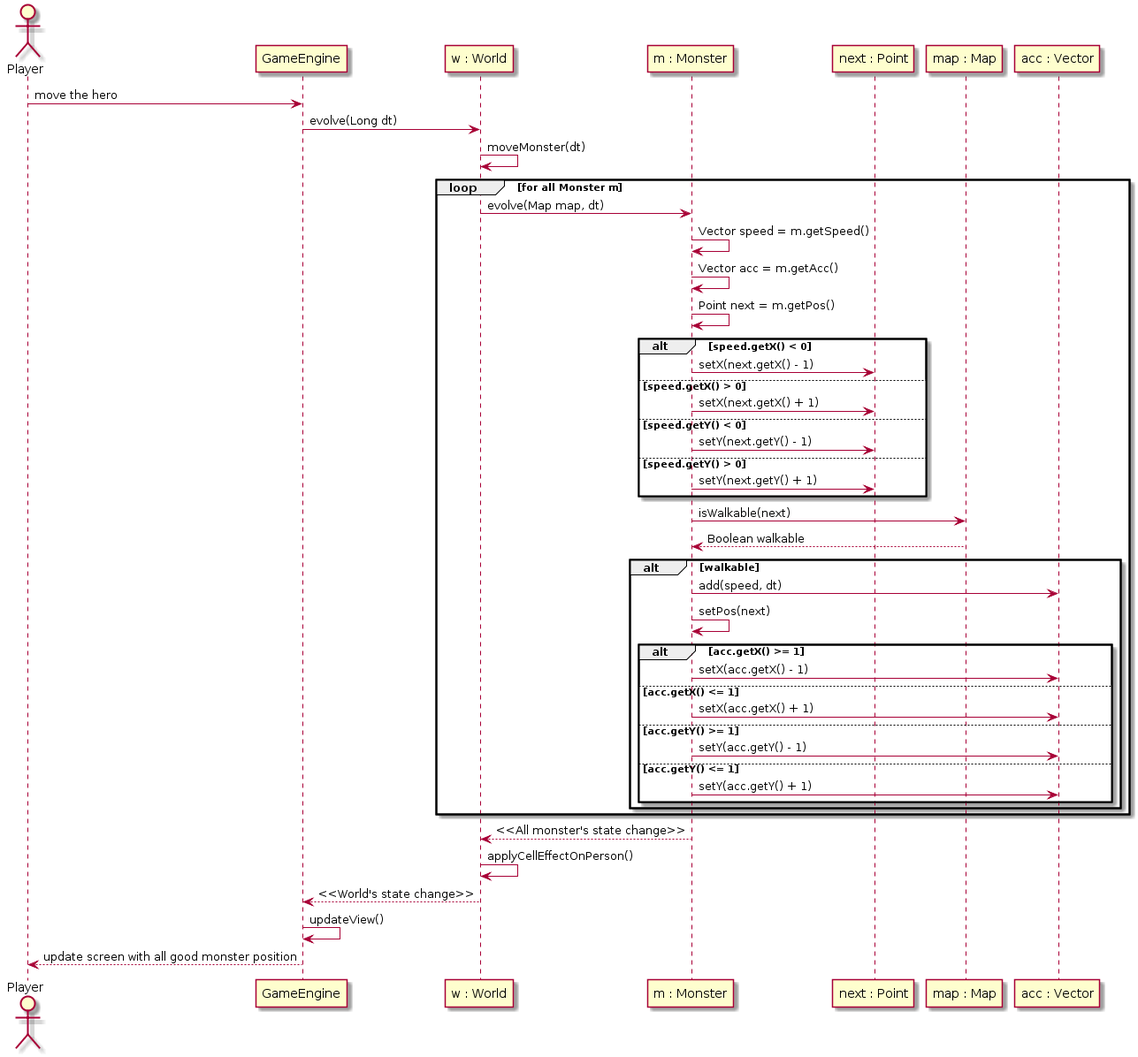
AnnYoS/ACL_2019_TLP keeps this PlantUML diagram as preparation/sprint 3/monstermove.png. Above is the earlier version. Its diagram source:
```plantuml
@startuml
actor Player

Player -> "GameEngine" : move the hero
"GameEngine" -> "w : World" : evolve(Long dt)
"w : World" -> "w : World" : moveMonster(dt)
loop for all Monster m
    "w : World" -> "m : Monster" : evolve(Map map, dt)
    "m : Monster" -> "m : Monster" : Vector speed = m.getSpeed()
    "m : Monster" -> "m : Monster" : Vector acc = m.getAcc()
    "m : Monster" -> "m : Monster" : Point next = m.getPos()
    alt speed.getX() < 0
        "m : Monster" -> "next : Point" : setX(next.getX() - 1)
    else speed.getX() > 0
        "m : Monster" -> "next : Point" : setX(next.getX() + 1)
    else speed.getY() < 0
        "m : Monster" -> "next : Point" : setY(next.getY() - 1)
    else speed.getY() > 0
        "m : Monster" -> "next : Point" : setY(next.getY() + 1)
    end
    "m : Monster" ->"map : Map" : isWalkable(next)
    "map : Map" --> "m : Monster" : Boolean walkable

    alt walkable
        "m : Monster" -> "acc : Vector" : add(speed, dt)
        "m : Monster" -> "m : Monster" : setPos(next)
        alt acc.getX() >= 1
            "m : Monster" -> "acc : Vector" : setX(acc.getX() - 1)
        else acc.getX() <= 1
            "m : Monster" -> "acc : Vector" : setX(acc.getX() + 1)
        else acc.getY() >= 1
            "m : Monster" -> "acc : Vector" : setY(acc.getY() - 1)
        else acc.getY() <= 1
            "m : Monster" -> "acc : Vector" : setY(acc.getY() + 1)
        end
    end
end
"m : Monster" --> "w : World" : <<All monster's state change>>
"w : World" -> "w : World" : applyCellEffectOnPerson()

"w : World" --> "GameEngine" : <<World's state change>>
"GameEngine" -> "GameEngine" : updateView()
"GameEngine" --> Player : update screen with all good monster position
@enduml
```
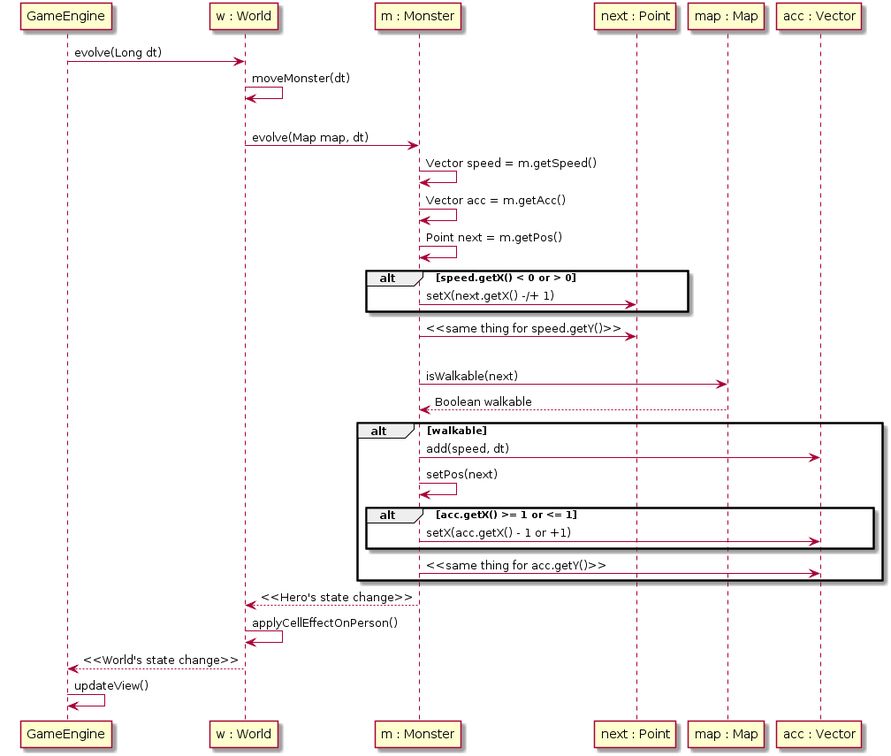
Later version of the same file.

Commit message:
modif des diags de sequences

What changed in the source:
```diff
@@ -1,44 +1,31 @@
 @startuml
-actor Player
-
-Player -> "GameEngine" : move the hero
 "GameEngine" -> "w : World" : evolve(Long dt)
 "w : World" -> "w : World" : moveMonster(dt)
+
 loop for all Monster m
-    "w : World" -> "m : Monster" : evolve(Map map, dt)
-    "m : Monster" -> "m : Monster" : Vector speed = m.getSpeed()
-    "m : Monster" -> "m : Monster" : Vector acc = m.getAcc()
-    "m : Monster" -> "m : Monster" : Point next = m.getPos()
-    alt speed.getX() < 0
-        "m : Monster" -> "next : Point" : setX(next.getX() - 1)
-    else speed.getX() > 0
-        "m : Monster" -> "next : Point" : setX(next.getX() + 1)
-    else speed.getY() < 0
-        "m : Monster" -> "next : Point" : setY(next.getY() - 1)
-    else speed.getY() > 0
-        "m : Monster" -> "next : Point" : setY(next.getY() + 1)
+"w : World" -> "m : Monster" : evolve(Map map, dt)
+"m : Monster" -> "m : Monster" : Vector speed = m.getSpeed()
+"m : Monster" -> "m : Monster" : Vector acc = m.getAcc()
+"m : Monster" -> "m : Monster" : Point next = m.getPos()
+alt speed.getX() < 0 or > 0
+    "m : Monster" -> "next : Point" : setX(next.getX() -/+ 1)
+end
+"m : Monster" -> "next : Point" : <<same thing for speed.getY()>>
+|||
+"m : Monster" ->"map : Map" : isWalkable(next)
+"map : Map" --> "m : Monster" : Boolean walkable
+
+alt walkable
+    "m : Monster" -> "acc : Vector" : add(speed, dt)
+    "m : Monster" -> "m : Monster" : setPos(next)
+    alt acc.getX() >= 1 or <= 1
+        "m : Monster" -> "acc : Vector" : setX(acc.getX() - 1 or +1)
     end
-    "m : Monster" ->"map : Map" : isWalkable(next)
-    "map : Map" --> "m : Monster" : Boolean walkable
-
-    alt walkable
-        "m : Monster" -> "acc : Vector" : add(speed, dt)
-        "m : Monster" -> "m : Monster" : setPos(next)
-        alt acc.getX() >= 1
-            "m : Monster" -> "acc : Vector" : setX(acc.getX() - 1)
-        else acc.getX() <= 1
-            "m : Monster" -> "acc : Vector" : setX(acc.getX() + 1)
-        else acc.getY() >= 1
-            "m : Monster" -> "acc : Vector" : setY(acc.getY() - 1)
-        else acc.getY() <= 1
-            "m : Monster" -> "acc : Vector" : setY(acc.getY() + 1)
-        end
-    end
+    "m : Monster" -> "acc : Vector" : <<same thing for acc.getY()>>
 end
-"m : Monster" --> "w : World" : <<All monster's state change>>
+"m : Monster" --> "w : World" : <<Hero's state change>>
 "w : World" -> "w : World" : applyCellEffectOnPerson()
 
 "w : World" --> "GameEngine" : <<World's state change>>
 "GameEngine" -> "GameEngine" : updateView()
-"GameEngine" --> Player : update screen with all good monster position
 @enduml
```
